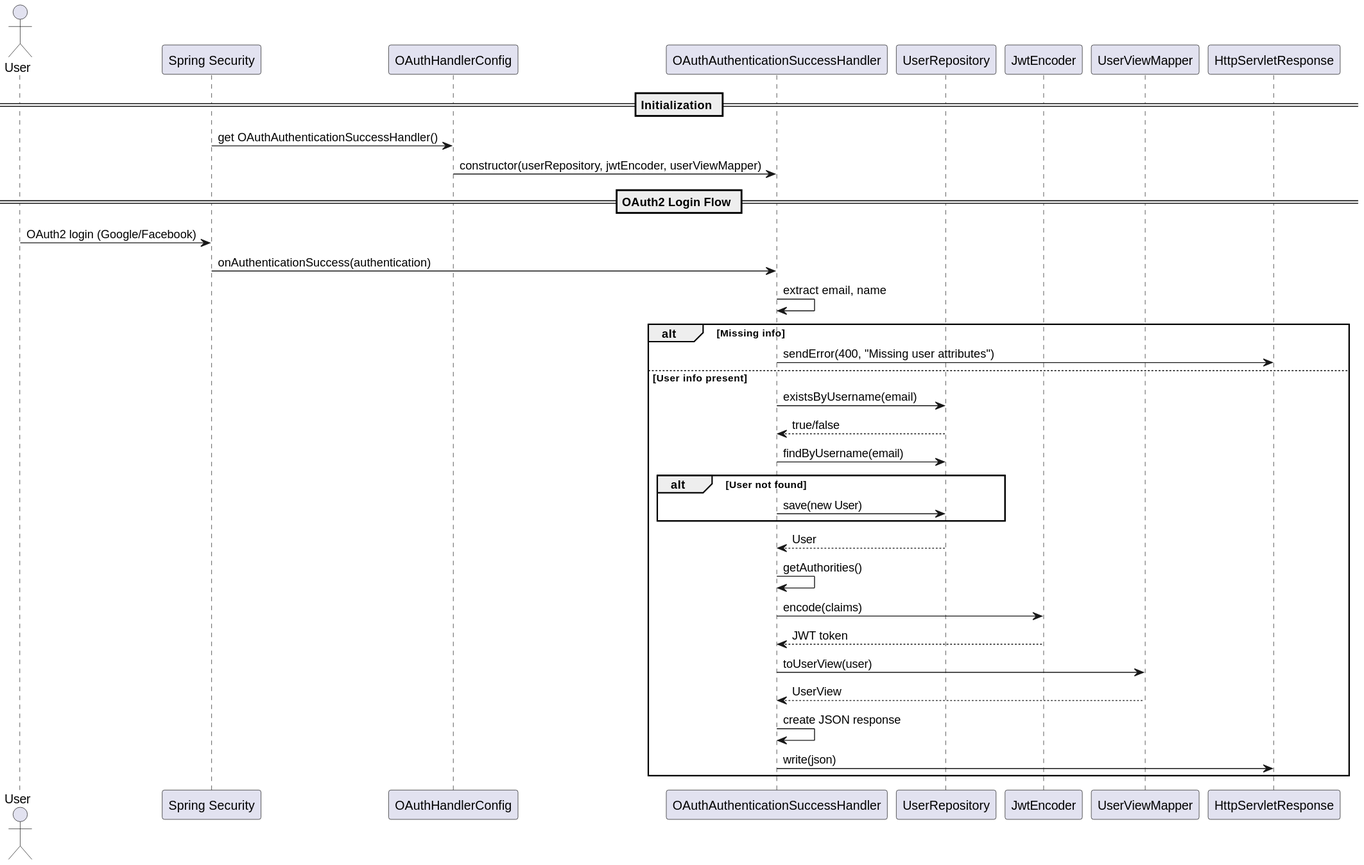
This is Docs/Architecture_files/Phase_1/assets/OAuthLoginFlow/SequenceDiagram.svg from MaximeSchuybroeck/ARQSOFT_August, a PlantUML export, as it was before one commit. The source it was exported from:
```plantuml
@startuml
actor User
participant "Spring Security" as Security
participant "OAuthHandlerConfig" as Config
participant "OAuthAuthenticationSuccessHandler" as Handler
participant "UserRepository" as Repo
participant "JwtEncoder" as Jwt
participant "UserViewMapper" as Mapper
participant "HttpServletResponse" as Response

== Initialization ==
Security -> Config : get OAuthAuthenticationSuccessHandler()
Config -> Handler : constructor(userRepository, jwtEncoder, userViewMapper)

== OAuth2 Login Flow ==
User -> Security : OAuth2 login (Google/Facebook)
Security -> Handler : onAuthenticationSuccess(authentication)

Handler -> Handler : extract email, name
alt Missing info
    Handler -> Response : sendError(400, "Missing user attributes")
else User info present
    Handler -> Repo : existsByUsername(email)
    Repo --> Handler : true/false

    Handler -> Repo : findByUsername(email)
    alt User not found
        Handler -> Repo : save(new User)
    end
    Repo --> Handler : User

    Handler -> Handler : getAuthorities()
    Handler -> Jwt : encode(claims)
    Jwt --> Handler : JWT token

    Handler -> Mapper : toUserView(user)
    Mapper --> Handler : UserView

    Handler -> Handler : create JSON response
    Handler -> Response : write(json)
end
@enduml
```
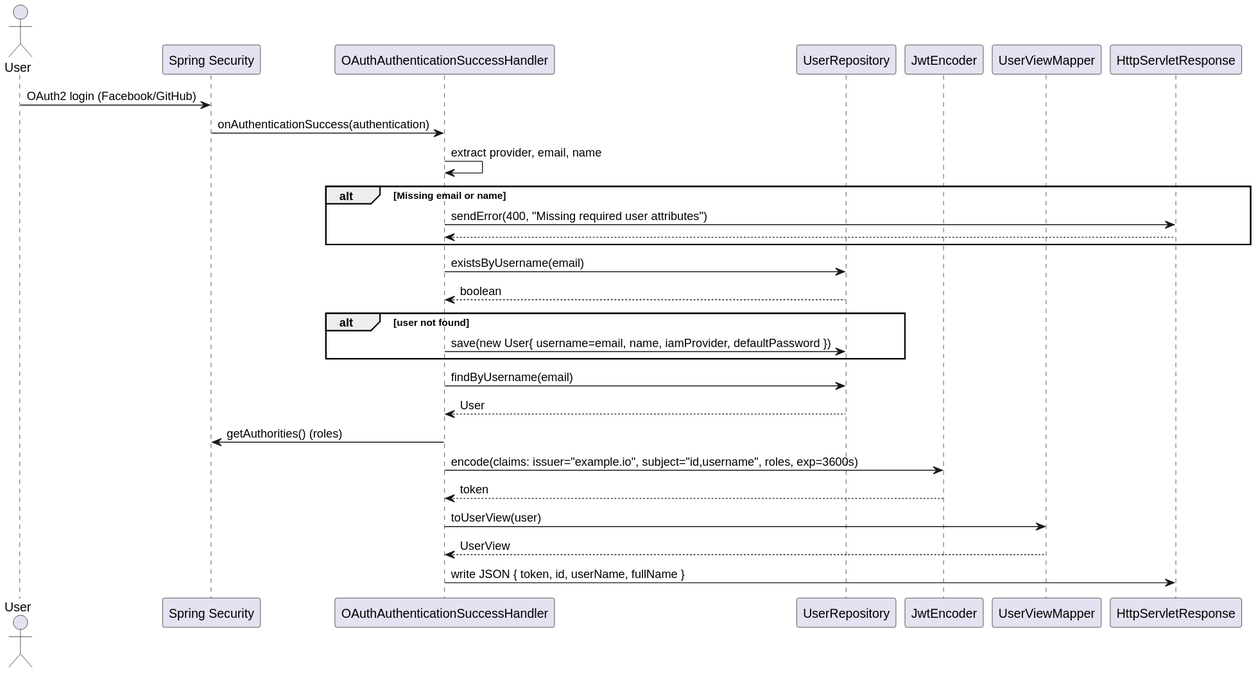
The same file after the commit.

Change to the diagram source:
```diff
@@ -1,42 +1,37 @@
 @startuml
 actor User
+
 participant "Spring Security" as Security
-participant "OAuthHandlerConfig" as Config
 participant "OAuthAuthenticationSuccessHandler" as Handler
 participant "UserRepository" as Repo
 participant "JwtEncoder" as Jwt
 participant "UserViewMapper" as Mapper
 participant "HttpServletResponse" as Response
 
-== Initialization ==
-Security -> Config : get OAuthAuthenticationSuccessHandler()
-Config -> Handler : constructor(userRepository, jwtEncoder, userViewMapper)
-
-== OAuth2 Login Flow ==
-User -> Security : OAuth2 login (Google/Facebook)
+User -> Security : OAuth2 login (Facebook/GitHub)
 Security -> Handler : onAuthenticationSuccess(authentication)
 
-Handler -> Handler : extract email, name
-alt Missing info
-    Handler -> Response : sendError(400, "Missing user attributes")
-else User info present
-    Handler -> Repo : existsByUsername(email)
-    Repo --> Handler : true/false
+Handler -> Handler : extract provider, email, name
+alt Missing email or name
+  Handler -> Response : sendError(400, "Missing required user attributes")
+  return
+end
 
-    Handler -> Repo : findByUsername(email)
-    alt User not found
-        Handler -> Repo : save(new User)
-    end
-    Repo --> Handler : User
+Handler -> Repo : existsByUsername(email)
+Repo --> Handler : boolean
+alt user not found
+  Handler -> Repo : save(new User{ username=email, name, iamProvider, defaultPassword })
+end
 
-    Handler -> Handler : getAuthorities()
-    Handler -> Jwt : encode(claims)
-    Jwt --> Handler : JWT token
+Handler -> Repo : findByUsername(email)
+Repo --> Handler : User
 
-    Handler -> Mapper : toUserView(user)
-    Mapper --> Handler : UserView
+Handler -> Security : getAuthorities() (roles)
+Handler -> Jwt : encode(claims: issuer="example.io", subject="id,username", roles, exp=3600s)
+Jwt --> Handler : token
 
-    Handler -> Handler : create JSON response
-    Handler -> Response : write(json)
-end
+Handler -> Mapper : toUserView(user)
+Mapper --> Handler : UserView
+
+Handler -> Response : write JSON { token, id, userName, fullName }
 @enduml
```
